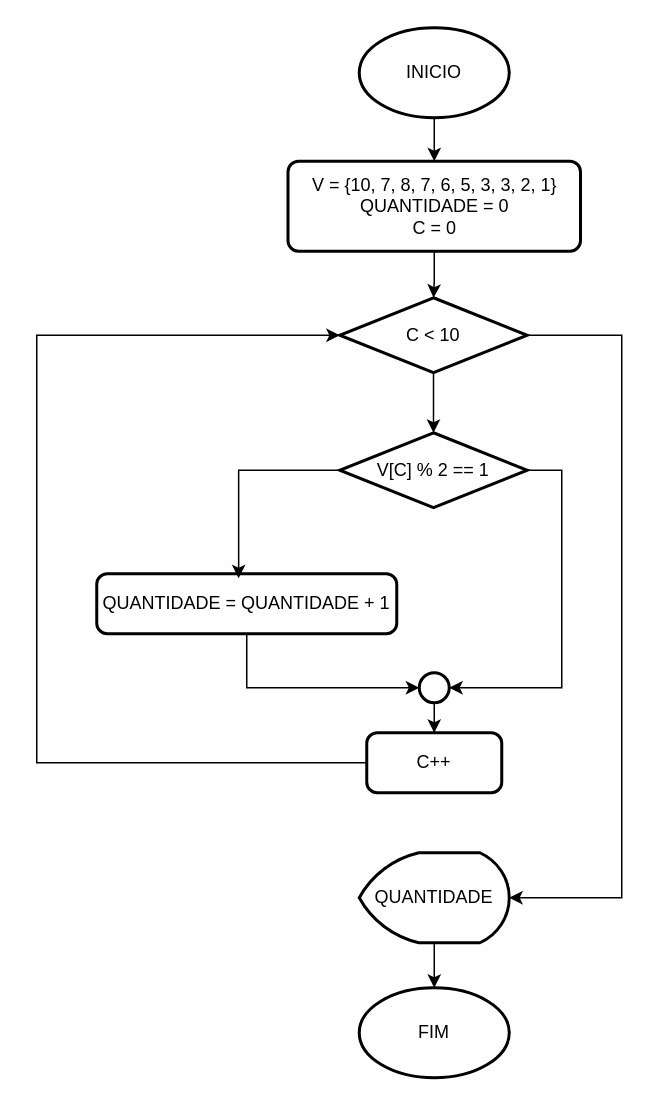
Above: Simulado-13.drawio in gabriel-carvalhos/fluxogramas-bootcamp-cdb (draw.io), before the change. Source tidied: cells renumbered, new cells numbered last; positions are measured from the earlier drawing's top-left corner, leaving out a move shared by most shapes. Both pictures are drawn from the tidied source at 150%, with x=0, y=0 at pixel (36, 27).
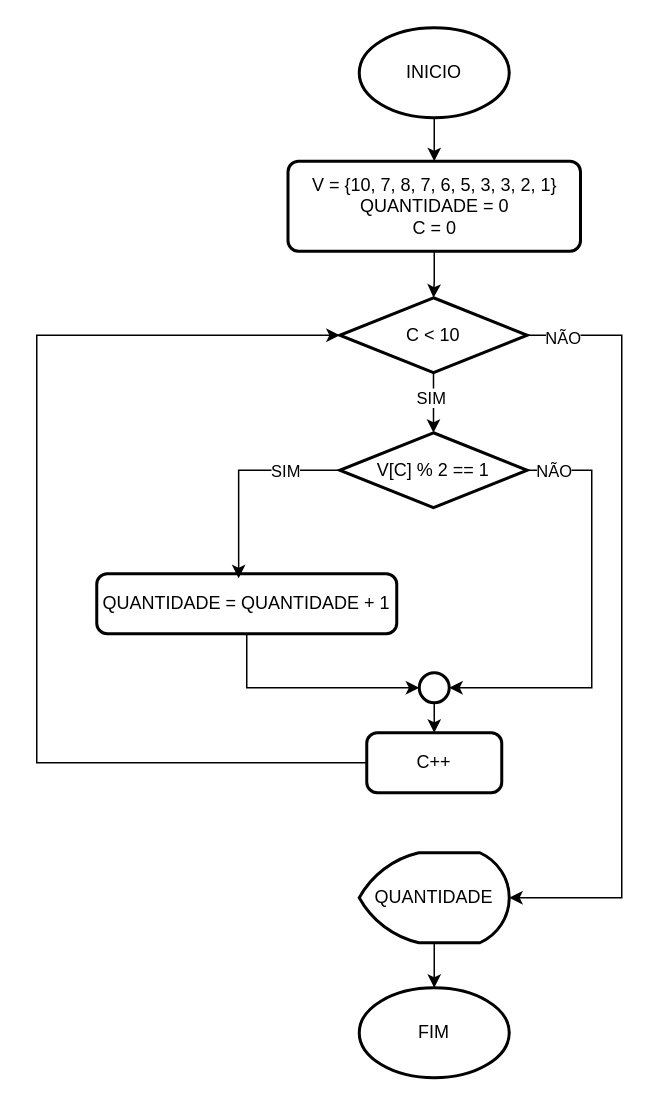
The same diagram, later.

The change refers to these unchanged cells:
```xml
<mxCell id="8" value="V[C] % 2 == 1" style="strokeWidth=2;html=1;shape=mxgraph.flowchart.decision;whiteSpace=wrap;" parent="1" vertex="1">
  <mxGeometry x="202" y="270" width="125" height="50" as="geometry" />
</mxCell>
<mxCell id="11" style="strokeWidth=2;html=1;shape=mxgraph.flowchart.start_2;whiteSpace=wrap;" parent="1" vertex="1">
  <mxGeometry x="255" y="430" width="20" height="20" as="geometry" />
</mxCell>
<mxCell id="15" style="edgeStyle=orthogonalEdgeStyle;rounded=0;jettySize=auto;html=1;entryX=0.5;entryY=0;entryDx=0;entryDy=0;entryPerimeter=0;" parent="1" edge="1" source="7" target="8">
  <mxGeometry relative="1" as="geometry" />
</mxCell>
<mxCell id="16" style="edgeStyle=orthogonalEdgeStyle;rounded=0;jettySize=auto;html=1;entryX=0.473;entryY=0.075;entryDx=0;entryDy=0;entryPerimeter=0;" parent="1" edge="1" source="8" target="9">
  <mxGeometry relative="1" as="geometry">
    <Array as="points">
      <mxPoint x="134" y="295" />
    </Array>
  </mxGeometry>
</mxCell>
<mxCell id="20" style="edgeStyle=orthogonalEdgeStyle;rounded=0;jettySize=auto;html=1;entryX=1;entryY=0.5;entryDx=0;entryDy=0;entryPerimeter=0;" parent="1" edge="1" source="7" target="13">
  <mxGeometry relative="1" as="geometry">
    <Array as="points">
      <mxPoint x="390" y="205" />
      <mxPoint x="390" y="580" />
    </Array>
  </mxGeometry>
</mxCell>
```

Diff of the diagram source:
```diff
@@
+    <mxCell id="21" value="SIM" style="edgeLabel;html=1;align=center;verticalAlign=middle;" parent="15" vertex="1">
+      <mxGeometry x="-0.18" y="-2" relative="1" as="geometry" />
+    </mxCell>
@@
+    <mxCell id="22" value="SIM" style="edgeLabel;html=1;align=center;verticalAlign=middle;" parent="16" vertex="1">
+      <mxGeometry x="-0.47" relative="1" as="geometry" />
+    </mxCell>
@@
     <mxCell id="18" style="edgeStyle=orthogonalEdgeStyle;rounded=0;jettySize=auto;html=1;entryX=1;entryY=0.5;entryDx=0;entryDy=0;entryPerimeter=0;" parent="1" edge="1" source="8" target="11">
       <mxGeometry relative="1" as="geometry">
         <Array as="points">
-          <mxPoint x="350" y="295" />
-          <mxPoint x="350" y="440" />
+          <mxPoint x="370" y="295" />
+          <mxPoint x="370" y="440" />
         </Array>
       </mxGeometry>
     </mxCell>
+    <mxCell id="23" value="NÃO" style="edgeLabel;html=1;align=center;verticalAlign=middle;" parent="18" vertex="1">
+      <mxGeometry x="-0.95" y="2" relative="1" as="geometry">
+        <mxPoint x="10" y="2" as="offset" />
+      </mxGeometry>
+    </mxCell>
@@
+    <mxCell id="24" value="NÃO" style="edgeLabel;html=1;align=center;verticalAlign=middle;" parent="20" vertex="1">
+      <mxGeometry x="-0.91" y="-1" relative="1" as="geometry" />
+    </mxCell>
```
